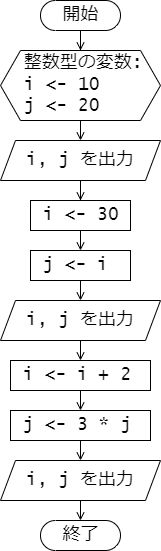
The draw.io diagram src/assets/flowchart_chap03.png in rikitoro/GE2_programming_workbook, before a commit. Source tidied: cells renumbered, new cells last; positions are measured from the earlier drawing's top-left corner, leaving out a move shared by most shapes. Source of this version:
```xml
<mxGraphModel>
  <root>
    <mxCell id="0" />
    <mxCell id="1" parent="0" />
    <mxCell id="2" style="edgeStyle=orthogonalEdgeStyle;rounded=0;jettySize=auto;html=1;exitX=0.5;exitY=1;exitDx=0;exitDy=0;entryX=0.5;entryY=0;entryDx=0;entryDy=0;fontFamily=Lucida Console;fontSize=18;endArrow=open;endFill=0;" parent="1" edge="1" source="3" target="7">
      <mxGeometry relative="1" as="geometry" />
    </mxCell>
    <mxCell id="3" value="&amp;nbsp; 整数型の変数:&lt;br style=&quot;font-size: 18px;&quot;&gt;&amp;nbsp; i &amp;lt;- 10&lt;br&gt;&amp;nbsp; j &amp;lt;- 20" style="shape=hexagon;perimeter=hexagonPerimeter2;whiteSpace=wrap;html=1;fixedSize=1;fontSize=18;size=20;fontFamily=Lucida Console;align=left;" parent="1" vertex="1">
      <mxGeometry y="50" width="160" height="70" as="geometry" />
    </mxCell>
    <mxCell id="4" style="edgeStyle=orthogonalEdgeStyle;rounded=0;jettySize=auto;html=1;exitX=0.5;exitY=1;exitDx=0;exitDy=0;entryX=0.5;entryY=0;entryDx=0;entryDy=0;fontFamily=Lucida Console;fontSize=18;endArrow=open;endFill=0;" parent="1" edge="1" source="5" target="11">
      <mxGeometry relative="1" as="geometry" />
    </mxCell>
    <mxCell id="5" value="&amp;nbsp;j &amp;lt;- i" style="html=1;dashed=0;whitespace=wrap;fontSize=18;fontFamily=Lucida Console;align=left;" parent="1" vertex="1">
      <mxGeometry x="30" y="250" width="100" height="30" as="geometry" />
    </mxCell>
    <mxCell id="6" style="edgeStyle=orthogonalEdgeStyle;rounded=0;jettySize=auto;html=1;exitX=0.5;exitY=1;exitDx=0;exitDy=0;fontFamily=Lucida Console;fontSize=18;endArrow=open;endFill=0;" parent="1" edge="1" source="7" target="9">
      <mxGeometry relative="1" as="geometry" />
    </mxCell>
    <mxCell id="7" value="i, j を出力" style="shape=parallelogram;perimeter=parallelogramPerimeter;whiteSpace=wrap;html=1;dashed=0;fontSize=18;size=0.09375;fontFamily=Lucida Console;" parent="1" vertex="1">
      <mxGeometry y="140" width="160" height="40" as="geometry" />
    </mxCell>
    <mxCell id="8" style="edgeStyle=orthogonalEdgeStyle;rounded=0;jettySize=auto;html=1;exitX=0.5;exitY=1;exitDx=0;exitDy=0;entryX=0.5;entryY=0;entryDx=0;entryDy=0;fontFamily=Lucida Console;fontSize=18;endArrow=open;endFill=0;" parent="1" edge="1" source="9" target="5">
      <mxGeometry relative="1" as="geometry" />
    </mxCell>
    <mxCell id="9" value="&amp;nbsp;i &amp;lt;- 30" style="html=1;dashed=0;whitespace=wrap;fontSize=18;fontFamily=Lucida Console;align=left;" parent="1" vertex="1">
      <mxGeometry x="30" y="200" width="100" height="30" as="geometry" />
    </mxCell>
    <mxCell id="10" style="edgeStyle=orthogonalEdgeStyle;rounded=0;jettySize=auto;html=1;exitX=0.5;exitY=1;exitDx=0;exitDy=0;entryX=0.5;entryY=0;entryDx=0;entryDy=0;fontFamily=Lucida Console;fontSize=18;endArrow=open;endFill=0;" parent="1" edge="1" source="11" target="13">
      <mxGeometry relative="1" as="geometry" />
    </mxCell>
    <mxCell id="11" value="i, j を出力" style="shape=parallelogram;perimeter=parallelogramPerimeter;whiteSpace=wrap;html=1;dashed=0;fontSize=18;size=0.09375;fontFamily=Lucida Console;" parent="1" vertex="1">
      <mxGeometry y="300" width="160" height="40" as="geometry" />
    </mxCell>
    <mxCell id="12" style="edgeStyle=orthogonalEdgeStyle;rounded=0;jettySize=auto;html=1;exitX=0.5;exitY=1;exitDx=0;exitDy=0;entryX=0.5;entryY=0;entryDx=0;entryDy=0;endArrow=open;endFill=0;" parent="1" edge="1" source="13" target="20">
      <mxGeometry relative="1" as="geometry" />
    </mxCell>
    <mxCell id="13" value="&amp;nbsp;i &amp;lt;- i + 2" style="html=1;dashed=0;whitespace=wrap;fontSize=18;fontFamily=Lucida Console;align=left;" parent="1" vertex="1">
      <mxGeometry x="10" y="360" width="140" height="30" as="geometry" />
    </mxCell>
    <mxCell id="14" style="edgeStyle=orthogonalEdgeStyle;rounded=0;jettySize=auto;html=1;exitX=0.5;exitY=1;exitDx=0;exitDy=0;entryX=0.5;entryY=0.5;entryDx=0;entryDy=-15;entryPerimeter=0;fontFamily=Lucida Console;fontSize=18;endArrow=open;endFill=0;" parent="1" edge="1" source="15" target="16">
      <mxGeometry relative="1" as="geometry" />
    </mxCell>
    <mxCell id="15" value="i, j を出力" style="shape=parallelogram;perimeter=parallelogramPerimeter;whiteSpace=wrap;html=1;dashed=0;fontSize=18;size=0.09375;fontFamily=Lucida Console;" parent="1" vertex="1">
      <mxGeometry y="460" width="160" height="40" as="geometry" />
    </mxCell>
    <mxCell id="16" value="終了" style="html=1;dashed=0;whitespace=wrap;shape=mxgraph.dfd.start;fontFamily=Lucida Console;fontSize=18;" parent="1" vertex="1">
      <mxGeometry x="40" y="520" width="80" height="30" as="geometry" />
    </mxCell>
    <mxCell id="17" style="edgeStyle=orthogonalEdgeStyle;rounded=0;jettySize=auto;html=1;exitX=0.5;exitY=0.5;exitDx=0;exitDy=15;exitPerimeter=0;fontFamily=Lucida Console;fontSize=18;endArrow=open;endFill=0;" parent="1" edge="1" source="18" target="3">
      <mxGeometry relative="1" as="geometry" />
    </mxCell>
    <mxCell id="18" value="開始" style="html=1;dashed=0;whitespace=wrap;shape=mxgraph.dfd.start;fontFamily=Lucida Console;fontSize=18;" parent="1" vertex="1">
      <mxGeometry x="40" width="80" height="30" as="geometry" />
    </mxCell>
    <mxCell id="19" style="edgeStyle=orthogonalEdgeStyle;rounded=0;jettySize=auto;html=1;exitX=0.5;exitY=1;exitDx=0;exitDy=0;entryX=0.5;entryY=0;entryDx=0;entryDy=0;endArrow=open;endFill=0;" parent="1" edge="1" source="20" target="15">
      <mxGeometry relative="1" as="geometry" />
    </mxCell>
    <mxCell id="20" value="&amp;nbsp;j &amp;lt;- 3 * j" style="html=1;dashed=0;whitespace=wrap;fontSize=18;fontFamily=Lucida Console;align=left;" parent="1" vertex="1">
      <mxGeometry x="10" y="410" width="140" height="30" as="geometry" />
    </mxCell>
  </root>
</mxGraphModel>
```
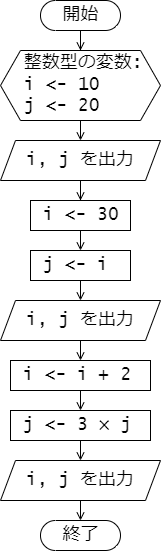
Above is the later version.

Change to the diagram source:
```diff
@@ -56,7 +56,7 @@
     <mxCell id="19" style="edgeStyle=orthogonalEdgeStyle;rounded=0;jettySize=auto;html=1;exitX=0.5;exitY=1;exitDx=0;exitDy=0;entryX=0.5;entryY=0;entryDx=0;entryDy=0;endArrow=open;endFill=0;" parent="1" edge="1" source="20" target="15">
       <mxGeometry relative="1" as="geometry" />
     </mxCell>
-    <mxCell id="20" value="&amp;nbsp;j &amp;lt;- 3 * j" style="html=1;dashed=0;whitespace=wrap;fontSize=18;fontFamily=Lucida Console;align=left;" parent="1" vertex="1">
+    <mxCell id="20" value="&amp;nbsp;j &amp;lt;- 3 × j" style="html=1;dashed=0;whitespace=wrap;fontSize=18;fontFamily=Lucida Console;align=left;" parent="1" vertex="1">
       <mxGeometry x="10" y="410" width="140" height="30" as="geometry" />
     </mxCell>
   </root>
```
